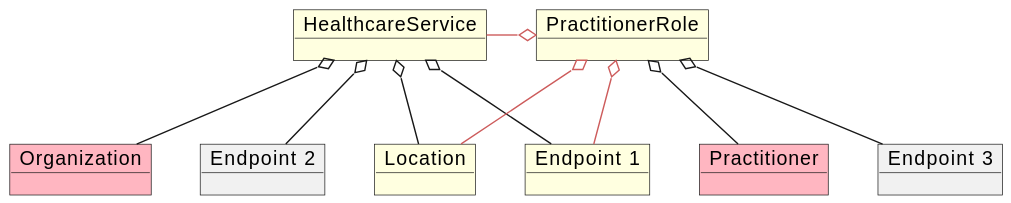
Above: images/diagrams/ObjectDiagram.Linked_HCS_and_PR.svg in ichderjens/api-vzd (PlantUML), before the change.
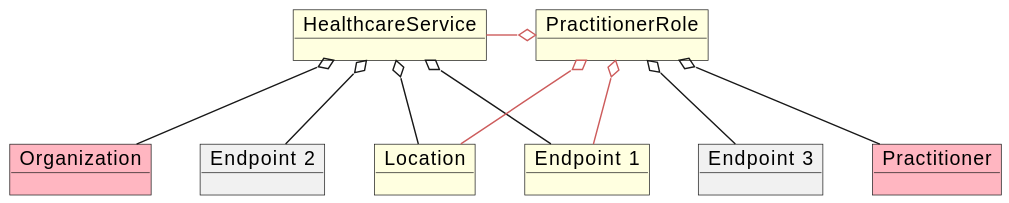
Above is the later version.

Commit message:
Commit from GitHub Actions (GeneratePlantumlImages)

Diff of the diagram source:
```diff
@@ -4,9 +4,9 @@
 object "Organization" as o1 #LightPink
 object "Location" as l1 #LightYellow
 object "Endpoint 1" as e1 #LightYellow
-object "Practitioner" as p1 #LightPink
 object "Endpoint 2" as e2
 object "Endpoint 3" as e3
+object "Practitioner" as p1 #LightPink
 
 hs1 o-- o1
 hs1 o-- l1
```
